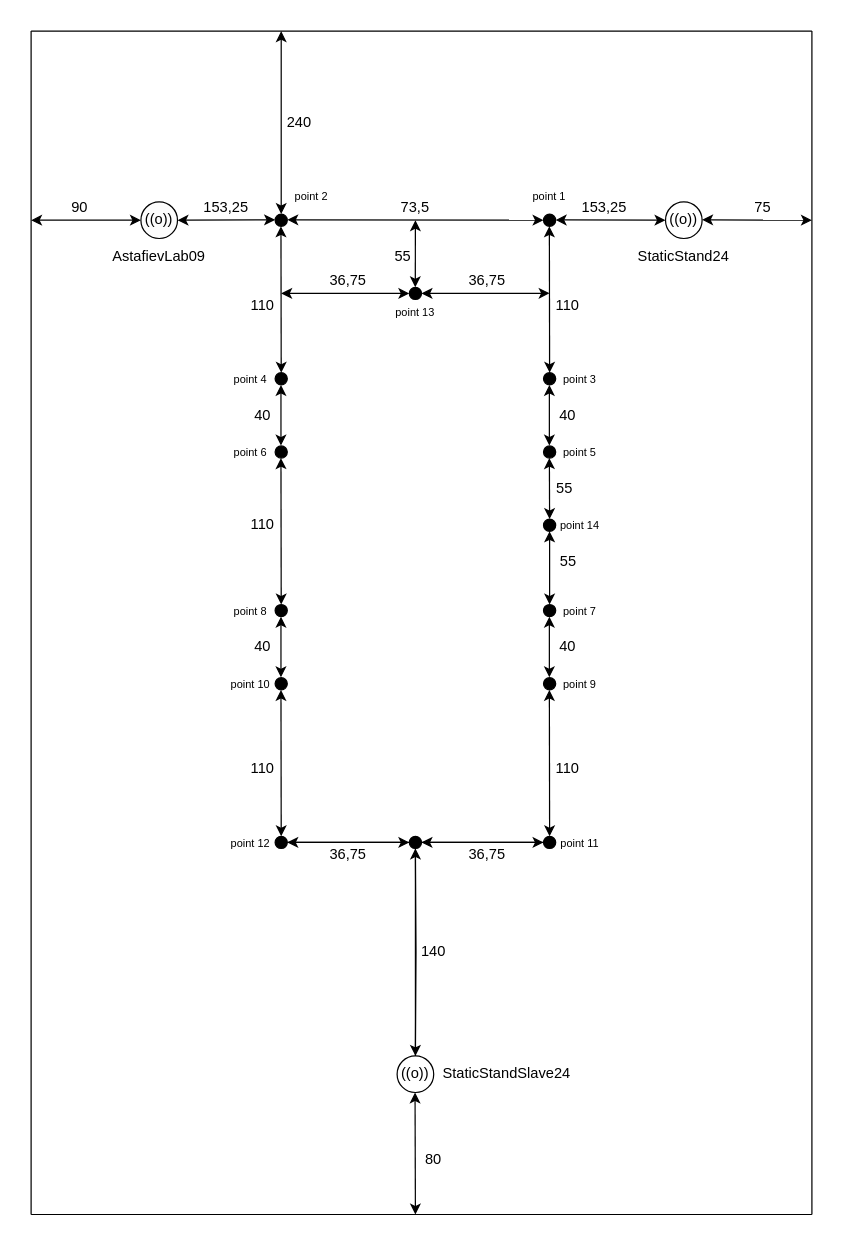
plkkz/Yarik keeps this draw.io diagram as Яриковские движения.drawio. Above is the earlier version. Source tidied: cells renumbered, new cells numbered last; positions are measured from the earlier drawing's top-left corner, leaving out a move shared by most shapes. Both pictures are drawn from the tidied source at 122%, with x=0, y=0 at pixel (30, 30).
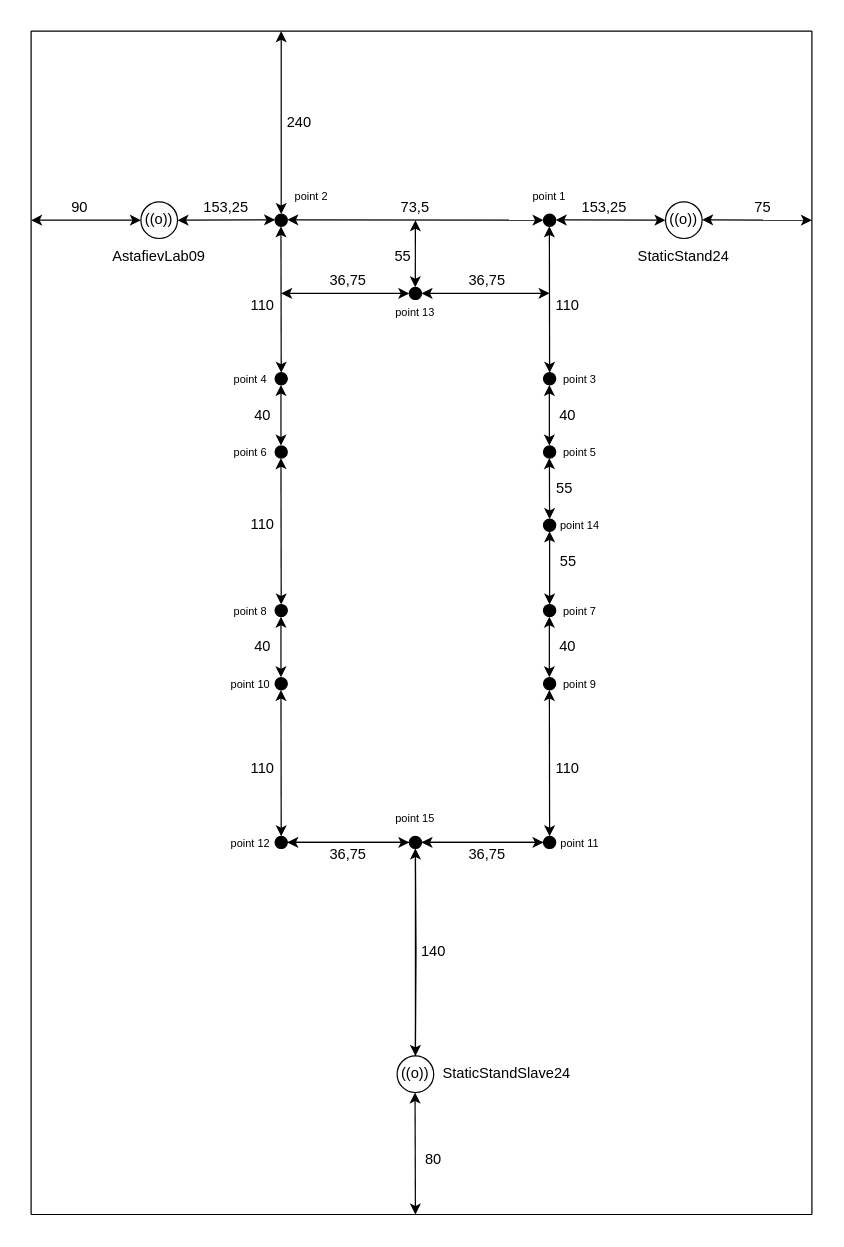
Above is the later version.

Change to the diagram source:
```diff
@@
+    <mxCell id="93" value="&lt;font style=&quot;font-size: 9px;&quot;&gt;point 15&lt;/font&gt;" style="text;html=1;align=center;verticalAlign=middle;whiteSpace=wrap;rounded=0;" parent="1" vertex="1">
+      <mxGeometry x="285" y="630" width="60" height="30" as="geometry" />
+    </mxCell>
```
